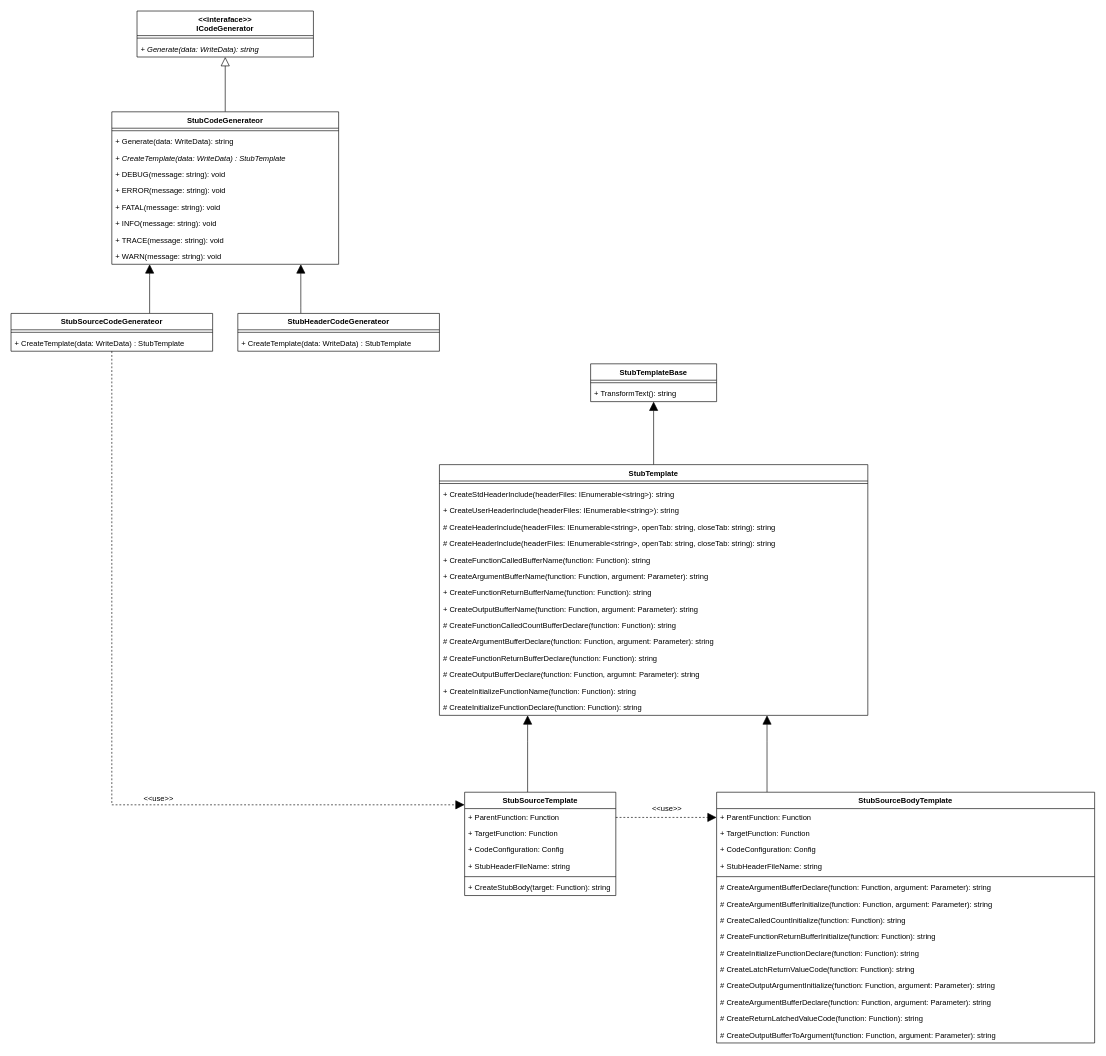
This is page "class diagram" (1 of 9) of doc/design/AutoTestPrep_StubCodeGenerator.drawio from CountrySideEngineer/AutoTestPrep, a draw.io file, before an edit. Source tidied: cells renumbered, new cells numbered last; positions are measured from the earlier drawing's top-left corner, leaving out a move shared by most shapes. Both pictures are drawn from the tidied source at 63%, with x=0, y=0 at pixel (11, 11).
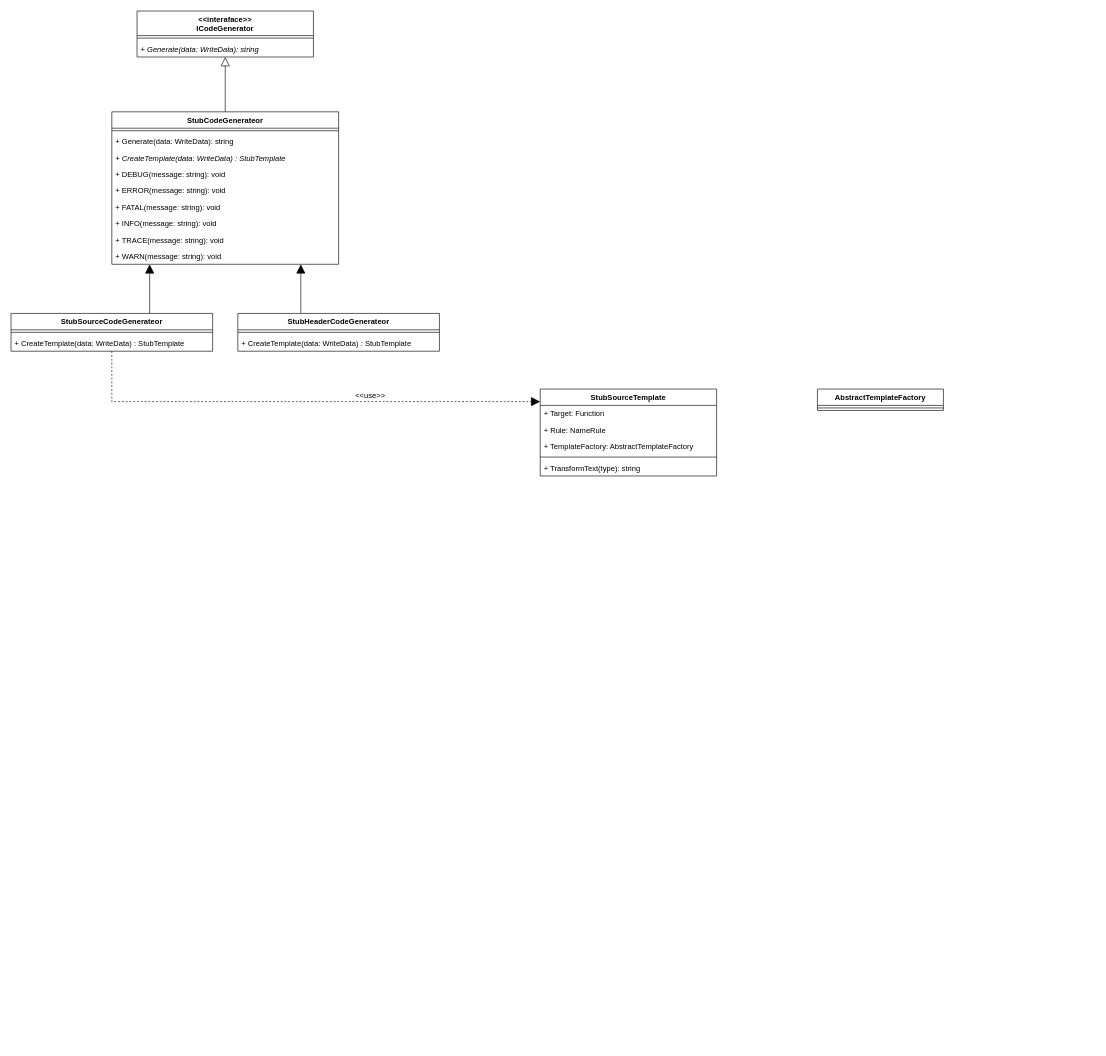
The same diagram, later.

The change refers to these unchanged cells:
```xml
<mxCell id="19" value="StubSourceCodeGenerateor" style="swimlane;fontStyle=1;align=center;verticalAlign=top;horizontal=1;startSize=26;" parent="1" vertex="1">
  <mxGeometry y="480" width="320" height="60" as="geometry" />
</mxCell>
```

What changed in the source:
```diff
@@
     <mxCell id="17" style="edgeStyle=orthogonalEdgeStyle;rounded=0;jettySize=auto;html=1;dashed=1;endArrow=block;endFill=1;endSize=12;" parent="1" edge="1" source="19" target="49">
       <mxGeometry relative="1" as="geometry">
         <Array as="points">
-          <mxPoint x="160" y="1260" />
+          <mxPoint x="160" y="620" />
+          <mxPoint x="980" y="620" />
         </Array>
       </mxGeometry>
     </mxCell>
@@
-    <mxCell id="26" style="edgeStyle=orthogonalEdgeStyle;rounded=0;jettySize=auto;html=1;endArrow=block;endFill=1;endSize=12;" parent="1" edge="1" source="27" target="43">
-      <mxGeometry relative="1" as="geometry" />
-    </mxCell>
-    <mxCell id="27" value="StubTemplate" style="swimlane;fontStyle=1;align=center;verticalAlign=top;horizontal=1;startSize=26;" parent="1" vertex="1">
-      <mxGeometry x="680" y="720" width="680" height="398" as="geometry" />
-    </mxCell>
-    <mxCell id="28" style="line;strokeWidth=1;fillColor=none;align=left;verticalAlign=middle;spacingTop=-1;spacingLeft=3;spacingRight=3;labelPosition=right;" parent="27" vertex="1">
-      <mxGeometry y="26" width="680" height="8" as="geometry" />
-    </mxCell>
-    <mxCell id="29" value="+ CreateStdHeaderInclude(headerFiles: IEnumerable&lt;string&gt;): string" style="text;strokeColor=none;fillColor=none;align=left;verticalAlign=top;spacingLeft=4;spacingRight=4;overflow=hidden;" parent="27" vertex="1">
-      <mxGeometry y="34" width="680" height="26" as="geometry" />
-    </mxCell>
-    <mxCell id="30" value="+ CreateUserHeaderInclude(headerFiles: IEnumerable&lt;string&gt;): string" style="text;strokeColor=none;fillColor=none;align=left;verticalAlign=top;spacingLeft=4;spacingRight=4;overflow=hidden;" parent="27" vertex="1">
-      <mxGeometry y="60" width="680" height="26" as="geometry" />
-    </mxCell>
-    <mxCell id="31" value="# CreateHeaderInclude(headerFiles: IEnumerable&lt;string&gt;, openTab: string, closeTab: string): string" style="text;strokeColor=none;fillColor=none;align=left;verticalAlign=top;spacingLeft=4;spacingRight=4;overflow=hidden;" parent="27" vertex="1">
-      <mxGeometry y="86" width="680" height="26" as="geometry" />
-    </mxCell>
-    <mxCell id="32" value="# CreateHeaderInclude(headerFiles: IEnumerable&lt;string&gt;, openTab: string, closeTab: string): string" style="text;strokeColor=none;fillColor=none;align=left;verticalAlign=top;spacingLeft=4;spacingRight=4;overflow=hidden;" parent="27" vertex="1">
-      <mxGeometry y="112" width="680" height="26" as="geometry" />
-    </mxCell>
-    <mxCell id="33" value="+ CreateFunctionCalledBufferName(function: Function): string" style="text;strokeColor=none;fillColor=none;align=left;verticalAlign=top;spacingLeft=4;spacingRight=4;overflow=hidden;" parent="27" vertex="1">
-      <mxGeometry y="138" width="680" height="26" as="geometry" />
-    </mxCell>
-    <mxCell id="34" value="+ CreateArgumentBufferName(function: Function, argument: Parameter): string" style="text;strokeColor=none;fillColor=none;align=left;verticalAlign=top;spacingLeft=4;spacingRight=4;overflow=hidden;" parent="27" vertex="1">
-      <mxGeometry y="164" width="680" height="26" as="geometry" />
-    </mxCell>
-    <mxCell id="35" value="+ CreateFunctionReturnBufferName(function: Function): string" style="text;strokeColor=none;fillColor=none;align=left;verticalAlign=top;spacingLeft=4;spacingRight=4;overflow=hidden;" parent="27" vertex="1">
-      <mxGeometry y="190" width="680" height="26" as="geometry" />
-    </mxCell>
-    <mxCell id="36" value="+ CreateOutputBufferName(function: Function, argument: Parameter): string" style="text;strokeColor=none;fillColor=none;align=left;verticalAlign=top;spacingLeft=4;spacingRight=4;overflow=hidden;" parent="27" vertex="1">
-      <mxGeometry y="216" width="680" height="26" as="geometry" />
-    </mxCell>
-    <mxCell id="37" value="# CreateFunctionCalledCountBufferDeclare(function: Function): string" style="text;strokeColor=none;fillColor=none;align=left;verticalAlign=top;spacingLeft=4;spacingRight=4;overflow=hidden;" parent="27" vertex="1">
-      <mxGeometry y="242" width="680" height="26" as="geometry" />
-    </mxCell>
-    <mxCell id="38" value="# CreateArgumentBufferDeclare(function: Function, argument: Parameter): string" style="text;strokeColor=none;fillColor=none;align=left;verticalAlign=top;spacingLeft=4;spacingRight=4;overflow=hidden;" parent="27" vertex="1">
-      <mxGeometry y="268" width="680" height="26" as="geometry" />
-    </mxCell>
-    <mxCell id="39" value="# CreateFunctionReturnBufferDeclare(function: Function): string" style="text;strokeColor=none;fillColor=none;align=left;verticalAlign=top;spacingLeft=4;spacingRight=4;overflow=hidden;" parent="27" vertex="1">
-      <mxGeometry y="294" width="680" height="26" as="geometry" />
-    </mxCell>
-    <mxCell id="40" value="# CreateOutputBufferDeclare(function: Function, argumnt: Parameter): string" style="text;strokeColor=none;fillColor=none;align=left;verticalAlign=top;spacingLeft=4;spacingRight=4;overflow=hidden;" parent="27" vertex="1">
-      <mxGeometry y="320" width="680" height="26" as="geometry" />
-    </mxCell>
-    <mxCell id="41" value="+ CreateInitializeFunctionName(function: Function): string" style="text;strokeColor=none;fillColor=none;align=left;verticalAlign=top;spacingLeft=4;spacingRight=4;overflow=hidden;" parent="27" vertex="1">
-      <mxGeometry y="346" width="680" height="26" as="geometry" />
-    </mxCell>
-    <mxCell id="42" value="# CreateInitializeFunctionDeclare(function: Function): string" style="text;strokeColor=none;fillColor=none;align=left;verticalAlign=top;spacingLeft=4;spacingRight=4;overflow=hidden;" parent="27" vertex="1">
-      <mxGeometry y="372" width="680" height="26" as="geometry" />
-    </mxCell>
-    <mxCell id="43" value="StubTemplateBase" style="swimlane;fontStyle=1;align=center;verticalAlign=top;horizontal=1;startSize=26;" parent="1" vertex="1">
-      <mxGeometry x="920" y="560" width="200" height="60" as="geometry" />
-    </mxCell>
+    <mxCell id="73" value="AbstractTemplateFactory" style="swimlane;fontStyle=1;align=center;verticalAlign=top;horizontal=1;startSize=26;" parent="1" vertex="1">
+      <mxGeometry x="1280" y="600" width="200" height="34" as="geometry" />
+    </mxCell>
-    <mxCell id="44" style="line;strokeWidth=1;fillColor=none;align=left;verticalAlign=middle;spacingTop=-1;spacingLeft=3;spacingRight=3;labelPosition=right;" parent="43" vertex="1">
+    <mxCell id="44" style="line;strokeWidth=1;fillColor=none;align=left;verticalAlign=middle;spacingTop=-1;spacingLeft=3;spacingRight=3;labelPosition=right;" parent="73" vertex="1">
       <mxGeometry y="26" width="200" height="8" as="geometry" />
     </mxCell>
-    <mxCell id="45" value="+ TransformText(): string" style="text;strokeColor=none;fillColor=none;align=left;verticalAlign=top;spacingLeft=4;spacingRight=4;overflow=hidden;" parent="43" vertex="1">
-      <mxGeometry y="34" width="200" height="26" as="geometry" />
-    </mxCell>
-    <mxCell id="46" style="edgeStyle=orthogonalEdgeStyle;rounded=0;jettySize=auto;html=1;endArrow=block;endFill=1;endSize=12;" parent="1" edge="1" source="49" target="27">
-      <mxGeometry relative="1" as="geometry">
-        <Array as="points">
-          <mxPoint x="820" y="1160" />
-          <mxPoint x="820" y="1160" />
-        </Array>
-      </mxGeometry>
-    </mxCell>
-    <mxCell id="47" style="edgeStyle=orthogonalEdgeStyle;rounded=0;jettySize=auto;html=1;endArrow=block;endFill=1;endSize=12;dashed=1;" parent="1" edge="1" source="49" target="57">
-      <mxGeometry relative="1" as="geometry">
-        <Array as="points">
-          <mxPoint x="1050" y="1280" />
-          <mxPoint x="1050" y="1280" />
-        </Array>
-      </mxGeometry>
-    </mxCell>
-    <mxCell id="48" value="&amp;lt;&amp;lt;use&amp;gt;&amp;gt;" style="text;html=1;align=center;verticalAlign=middle;labelBackgroundColor=#ffffff;" parent="47" vertex="1">
-      <mxGeometry x="0.17" y="2" relative="1" as="geometry">
-        <mxPoint x="-14" y="-12" as="offset" />
-      </mxGeometry>
-    </mxCell>
     <mxCell id="49" value="StubSourceTemplate" style="swimlane;fontStyle=1;align=center;verticalAlign=top;horizontal=1;startSize=26;" parent="1" vertex="1">
-      <mxGeometry x="720" y="1240" width="240" height="164" as="geometry" />
+      <mxGeometry x="840" y="600" width="280" height="138" as="geometry" />
     </mxCell>
-    <mxCell id="50" value="+ ParentFunction: Function" style="text;strokeColor=none;fillColor=none;align=left;verticalAlign=top;spacingLeft=4;spacingRight=4;overflow=hidden;" parent="49" vertex="1">
-      <mxGeometry y="26" width="240" height="26" as="geometry" />
-    </mxCell>
-    <mxCell id="51" value="+ TargetFunction: Function" style="text;strokeColor=none;fillColor=none;align=left;verticalAlign=top;spacingLeft=4;spacingRight=4;overflow=hidden;" parent="49" vertex="1">
-      <mxGeometry y="52" width="240" height="26" as="geometry" />
-    </mxCell>
-    <mxCell id="52" value="+ CodeConfiguration: Config" style="text;strokeColor=none;fillColor=none;align=left;verticalAlign=top;spacingLeft=4;spacingRight=4;overflow=hidden;" parent="49" vertex="1">
-      <mxGeometry y="78" width="240" height="26" as="geometry" />
-    </mxCell>
-    <mxCell id="53" value="+ StubHeaderFileName: string" style="text;strokeColor=none;fillColor=none;align=left;verticalAlign=top;spacingLeft=4;spacingRight=4;overflow=hidden;" parent="49" vertex="1">
-      <mxGeometry y="104" width="240" height="26" as="geometry" />
-    </mxCell>
-    <mxCell id="54" style="line;strokeWidth=1;fillColor=none;align=left;verticalAlign=middle;spacingTop=-1;spacingLeft=3;spacingRight=3;labelPosition=right;" parent="49" vertex="1">
-      <mxGeometry y="130" width="240" height="8" as="geometry" />
-    </mxCell>
-    <mxCell id="55" value="+ CreateStubBody(target: Function): string" style="text;strokeColor=none;fillColor=none;align=left;verticalAlign=top;spacingLeft=4;spacingRight=4;overflow=hidden;" parent="49" vertex="1">
-      <mxGeometry y="138" width="240" height="26" as="geometry" />
-    </mxCell>
-    <mxCell id="56" style="edgeStyle=orthogonalEdgeStyle;rounded=0;jettySize=auto;html=1;endArrow=block;endFill=1;endSize=12;" parent="1" edge="1" source="57" target="27">
-      <mxGeometry relative="1" as="geometry">
-        <Array as="points">
-          <mxPoint x="1200" y="1160" />
-          <mxPoint x="1200" y="1160" />
-        </Array>
-      </mxGeometry>
-    </mxCell>
-    <mxCell id="57" value="StubSourceBodyTemplate" style="swimlane;fontStyle=1;align=center;verticalAlign=top;horizontal=1;startSize=26;" parent="1" vertex="1">
-      <mxGeometry x="1120" y="1240" width="600" height="398" as="geometry" />
-    </mxCell>
-    <mxCell id="58" value="+ ParentFunction: Function" style="text;strokeColor=none;fillColor=none;align=left;verticalAlign=top;spacingLeft=4;spacingRight=4;overflow=hidden;" parent="57" vertex="1">
-      <mxGeometry y="26" width="600" height="26" as="geometry" />
-    </mxCell>
-    <mxCell id="59" value="+ TargetFunction: Function" style="text;strokeColor=none;fillColor=none;align=left;verticalAlign=top;spacingLeft=4;spacingRight=4;overflow=hidden;" parent="57" vertex="1">
-      <mxGeometry y="52" width="600" height="26" as="geometry" />
-    </mxCell>
-    <mxCell id="60" value="+ CodeConfiguration: Config" style="text;strokeColor=none;fillColor=none;align=left;verticalAlign=top;spacingLeft=4;spacingRight=4;overflow=hidden;" parent="57" vertex="1">
-      <mxGeometry y="78" width="600" height="26" as="geometry" />
-    </mxCell>
-    <mxCell id="61" value="+ StubHeaderFileName: string" style="text;strokeColor=none;fillColor=none;align=left;verticalAlign=top;spacingLeft=4;spacingRight=4;overflow=hidden;" parent="57" vertex="1">
-      <mxGeometry y="104" width="600" height="26" as="geometry" />
-    </mxCell>
-    <mxCell id="62" style="line;strokeWidth=1;fillColor=none;align=left;verticalAlign=middle;spacingTop=-1;spacingLeft=3;spacingRight=3;labelPosition=right;" parent="57" vertex="1">
-      <mxGeometry y="130" width="600" height="8" as="geometry" />
-    </mxCell>
-    <mxCell id="63" value="# CreateArgumentBufferDeclare(function: Function, argument: Parameter): string" style="text;strokeColor=none;fillColor=none;align=left;verticalAlign=top;spacingLeft=4;spacingRight=4;overflow=hidden;" parent="57" vertex="1">
-      <mxGeometry y="138" width="600" height="26" as="geometry" />
-    </mxCell>
-    <mxCell id="64" value="# CreateArgumentBufferInitialize(function: Function, argument: Parameter): string" style="text;strokeColor=none;fillColor=none;align=left;verticalAlign=top;spacingLeft=4;spacingRight=4;overflow=hidden;" parent="57" vertex="1">
-      <mxGeometry y="164" width="600" height="26" as="geometry" />
-    </mxCell>
-    <mxCell id="65" value="# CreateCalledCountInitialize(function: Function): string" style="text;strokeColor=none;fillColor=none;align=left;verticalAlign=top;spacingLeft=4;spacingRight=4;overflow=hidden;" parent="57" vertex="1">
-      <mxGeometry y="190" width="600" height="26" as="geometry" />
-    </mxCell>
-    <mxCell id="66" value="# CreateFunctionReturnBufferInitialize(function: Function): string" style="text;strokeColor=none;fillColor=none;align=left;verticalAlign=top;spacingLeft=4;spacingRight=4;overflow=hidden;" parent="57" vertex="1">
-      <mxGeometry y="216" width="600" height="26" as="geometry" />
-    </mxCell>
-    <mxCell id="67" value="# CreateInitializeFunctionDeclare(function: Function): string" style="text;strokeColor=none;fillColor=none;align=left;verticalAlign=top;spacingLeft=4;spacingRight=4;overflow=hidden;" parent="57" vertex="1">
-      <mxGeometry y="242" width="600" height="26" as="geometry" />
-    </mxCell>
-    <mxCell id="68" value="# CreateLatchReturnValueCode(function: Function): string" style="text;strokeColor=none;fillColor=none;align=left;verticalAlign=top;spacingLeft=4;spacingRight=4;overflow=hidden;" parent="57" vertex="1">
-      <mxGeometry y="268" width="600" height="26" as="geometry" />
-    </mxCell>
-    <mxCell id="69" value="# CreateOutputArgumentInitialize(function: Function, argument: Parameter): string" style="text;strokeColor=none;fillColor=none;align=left;verticalAlign=top;spacingLeft=4;spacingRight=4;overflow=hidden;" parent="57" vertex="1">
-      <mxGeometry y="294" width="600" height="26" as="geometry" />
-    </mxCell>
-    <mxCell id="70" value="# CreateArgumentBufferDeclare(function: Function, argument: Parameter): string" style="text;strokeColor=none;fillColor=none;align=left;verticalAlign=top;spacingLeft=4;spacingRight=4;overflow=hidden;" parent="57" vertex="1">
-      <mxGeometry y="320" width="600" height="26" as="geometry" />
-    </mxCell>
-    <mxCell id="71" value="# CreateReturnLatchedValueCode(function: Function): string" style="text;strokeColor=none;fillColor=none;align=left;verticalAlign=top;spacingLeft=4;spacingRight=4;overflow=hidden;" parent="57" vertex="1">
-      <mxGeometry y="346" width="600" height="26" as="geometry" />
-    </mxCell>
-    <mxCell id="72" value="# CreateOutputBufferToArgument(function: Function, argument: Parameter): string" style="text;strokeColor=none;fillColor=none;align=left;verticalAlign=top;spacingLeft=4;spacingRight=4;overflow=hidden;" parent="57" vertex="1">
-      <mxGeometry y="372" width="600" height="26" as="geometry" />
-    </mxCell>
+    <mxCell id="74" value="+ Target: Function" style="text;strokeColor=none;fillColor=none;align=left;verticalAlign=top;spacingLeft=4;spacingRight=4;overflow=hidden;" parent="49" vertex="1">
+      <mxGeometry y="26" width="280" height="26" as="geometry" />
+    </mxCell>
+    <mxCell id="75" value="+ Rule: NameRule" style="text;strokeColor=none;fillColor=none;align=left;verticalAlign=top;spacingLeft=4;spacingRight=4;overflow=hidden;" parent="49" vertex="1">
+      <mxGeometry y="52" width="280" height="26" as="geometry" />
+    </mxCell>
+    <mxCell id="76" value="+ TemplateFactory: AbstractTemplateFactory" style="text;strokeColor=none;fillColor=none;align=left;verticalAlign=top;spacingLeft=4;spacingRight=4;overflow=hidden;" parent="49" vertex="1">
+      <mxGeometry y="78" width="280" height="26" as="geometry" />
+    </mxCell>
+    <mxCell id="77" style="line;strokeWidth=1;fillColor=none;align=left;verticalAlign=middle;spacingTop=-1;spacingLeft=3;spacingRight=3;labelPosition=right;" parent="49" vertex="1">
+      <mxGeometry y="104" width="280" height="8" as="geometry" />
+    </mxCell>
+    <mxCell id="78" value="+ TransformText(type): string" style="text;strokeColor=none;fillColor=none;align=left;verticalAlign=top;spacingLeft=4;spacingRight=4;overflow=hidden;" parent="49" vertex="1">
+      <mxGeometry y="112" width="280" height="26" as="geometry" />
+    </mxCell>
```
